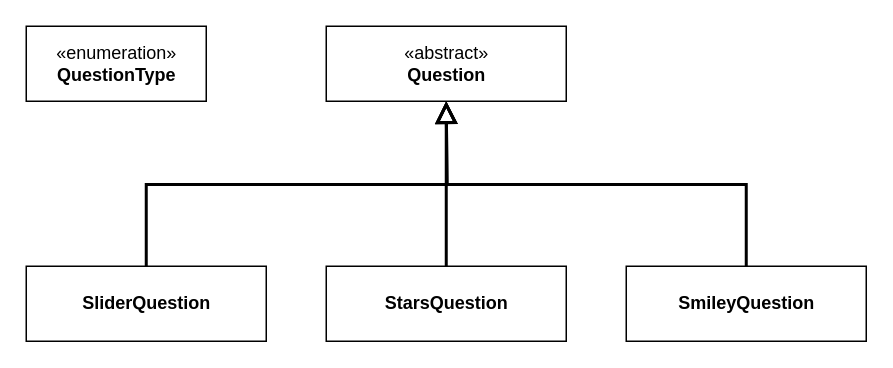
Above: Documentation/Technical Report/Diagrams/SurveyQuestions.drawio in ramitoutenane/SurveyConfigurator (draw.io), before the change. Source tidied: cells renumbered, new cells numbered last; positions are measured from the earlier drawing's top-left corner, leaving out a move shared by most shapes. Both pictures are drawn from the tidied source at 150%, with x=0, y=0 at pixel (26, 26).
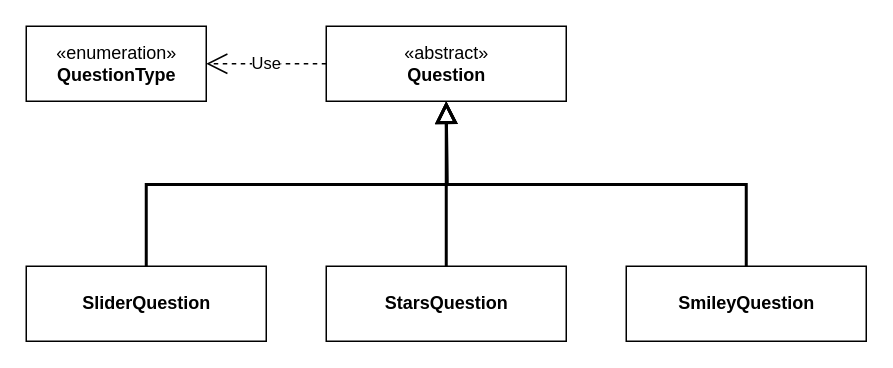
Above is the later version.

Diff of the diagram source:
```diff
@@
 <mxGraphModel>
   <root>
     <mxCell id="0" />
     <mxCell id="1" parent="0" />
     <mxCell id="2" value="«abstract»&lt;br&gt;&lt;b&gt;Question&lt;/b&gt;" style="html=1;" parent="1" vertex="1">
       <mxGeometry x="200" width="160" height="50" as="geometry" />
     </mxCell>
     <mxCell id="3" value="«enumeration»&lt;br&gt;&lt;b&gt;QuestionType&lt;/b&gt;" style="html=1;" parent="1" vertex="1">
       <mxGeometry width="120" height="50" as="geometry" />
     </mxCell>
     <mxCell id="4" style="edgeStyle=orthogonalEdgeStyle;rounded=0;jettySize=auto;html=1;exitX=0.5;exitY=0;exitDx=0;exitDy=0;endArrow=block;endFill=0;endSize=10;strokeWidth=2;" parent="1" edge="1" source="5">
       <mxGeometry relative="1" as="geometry">
         <mxPoint x="280" y="50" as="targetPoint" />
       </mxGeometry>
     </mxCell>
     <mxCell id="5" value="&lt;b&gt;SliderQuestion&lt;/b&gt;" style="html=1;" parent="1" vertex="1">
       <mxGeometry y="160" width="160" height="50" as="geometry" />
     </mxCell>
     <mxCell id="6" style="edgeStyle=orthogonalEdgeStyle;rounded=0;jettySize=auto;html=1;exitX=0.5;exitY=0;exitDx=0;exitDy=0;entryX=0.5;entryY=1;entryDx=0;entryDy=0;strokeWidth=2;endArrow=block;endFill=0;endSize=10;" parent="1" edge="1" source="7" target="2">
       <mxGeometry relative="1" as="geometry" />
     </mxCell>
     <mxCell id="7" value="&lt;b&gt;StarsQuestion&lt;/b&gt;" style="html=1;" parent="1" vertex="1">
       <mxGeometry x="200" y="160" width="160" height="50" as="geometry" />
     </mxCell>
     <mxCell id="8" style="edgeStyle=orthogonalEdgeStyle;rounded=0;jettySize=auto;html=1;exitX=0.5;exitY=0;exitDx=0;exitDy=0;endArrow=block;endFill=0;endSize=10;strokeWidth=2;" parent="1" edge="1" source="9">
       <mxGeometry relative="1" as="geometry">
         <mxPoint x="280" y="50" as="targetPoint" />
       </mxGeometry>
     </mxCell>
     <mxCell id="9" value="&lt;b&gt;SmileyQuestion&lt;/b&gt;" style="html=1;" parent="1" vertex="1">
       <mxGeometry x="400" y="160" width="160" height="50" as="geometry" />
     </mxCell>
+    <mxCell id="10" value="Use" style="endArrow=open;endSize=12;dashed=1;html=1;entryX=1;entryY=0.5;entryDx=0;entryDy=0;exitX=0;exitY=0.5;exitDx=0;exitDy=0;" parent="1" edge="1" source="2" target="3">
+      <mxGeometry relative="1" as="geometry" />
+    </mxCell>
   </root>
 </mxGraphModel>
```
